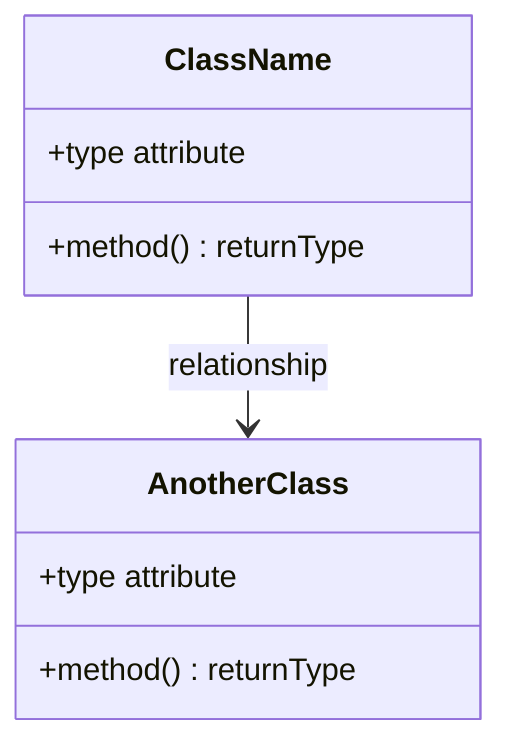
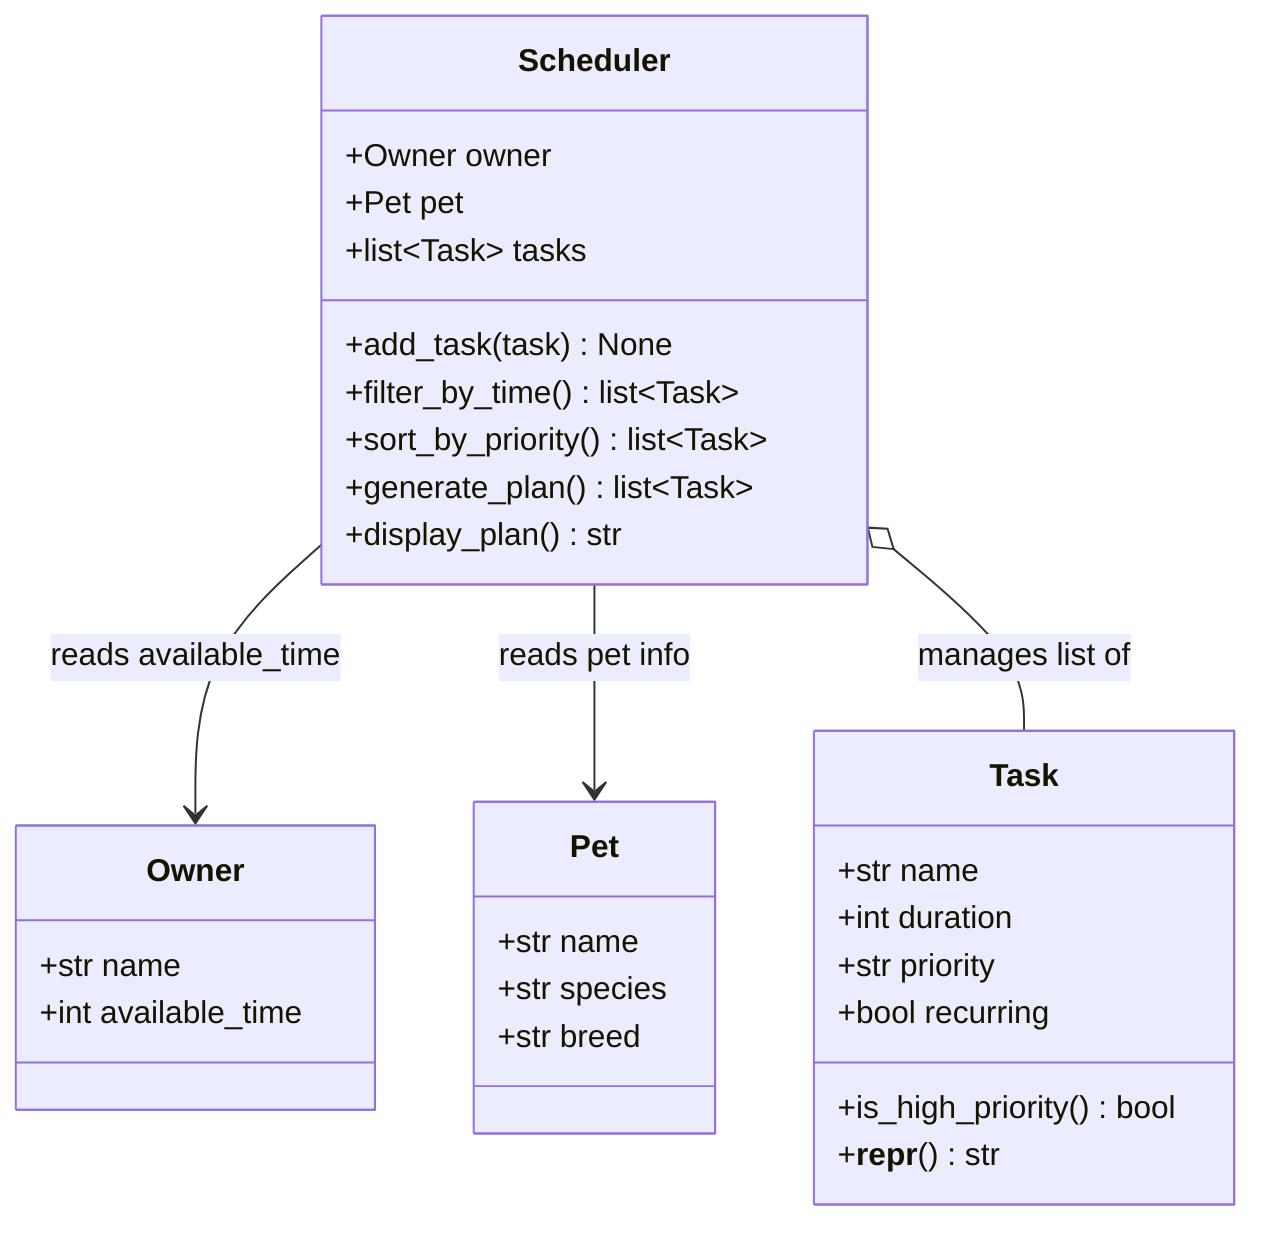
classDiagram
-     %% Replace the placeholders below with your actual classes, attributes, methods, and relationships.
-     %% Keep this file updated so it matches your final implementation.
- 
-     class ClassName {
-         +type attribute
-         +method() returnType
+     class Owner {
+         +str name
+         +int available_time
    }

-     class AnotherClass {
-         +type attribute
-         +method() returnType
+     class Pet {
+         +str name
+         +str species
+         +str breed
    }

-     ClassName --> AnotherClass : relationship
+     class Task {
+         +str name
+         +int duration
+         +str priority
+         +bool recurring
+         +is_high_priority() bool
+         +__repr__() str
+     }
+ 
+     class Scheduler {
+         +Owner owner
+         +Pet pet
+         +list~Task~ tasks
+         +add_task(task) None
+         +filter_by_time() list~Task~
+         +sort_by_priority() list~Task~
+         +generate_plan() list~Task~
+         +display_plan() str
+     }
+ 
+     Scheduler --> Owner : reads available_time
+     Scheduler --> Pet : reads pet info
+     Scheduler o-- Task : manages list of
